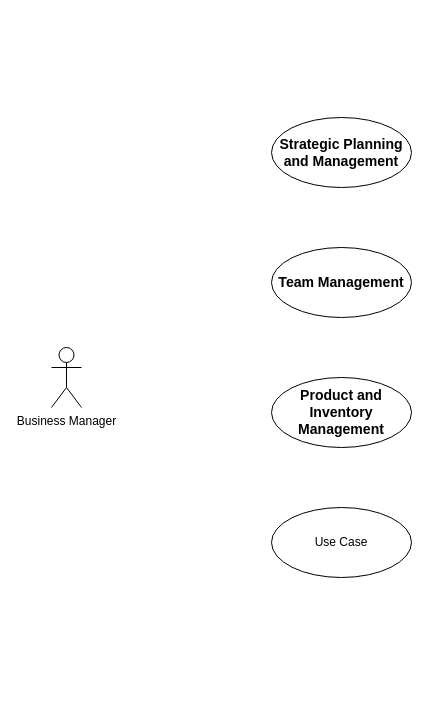
The draw.io diagram page "Page-1" (1 of 2) of src/Untitled Diagram.drawio in HadisehAhmadi/HW07, before the edit. Source tidied: cells renumbered, new cells numbered last; positions are measured from the earlier drawing's top-left corner, leaving out a move shared by most shapes. Both pictures are drawn from the tidied source at 100%, with x=0, y=0 at pixel (51, 117).
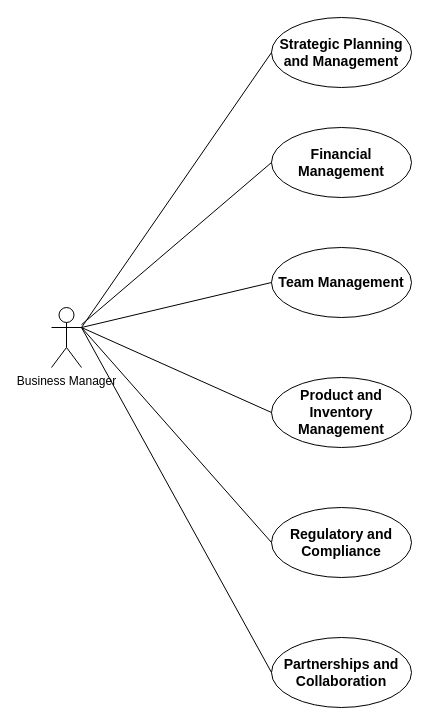
The same page after the edit.

The edit, as a diff of the source:
```diff
@@
 <mxGraphModel>
   <root>
     <mxCell id="0" />
     <mxCell id="1" parent="0" />
     <mxCell id="2" value="Business Manager" style="shape=umlActor;verticalLabelPosition=bottom;verticalAlign=top;html=1;" parent="1" vertex="1">
-      <mxGeometry y="230" width="30" height="60" as="geometry" />
+      <mxGeometry y="190" width="30" height="60" as="geometry" />
     </mxCell>
     <mxCell id="3" value="&lt;h3&gt;&lt;strong&gt;Strategic Planning and Management&lt;/strong&gt;&lt;/h3&gt;" style="ellipse;whiteSpace=wrap;html=1;" parent="1" vertex="1">
-      <mxGeometry x="220" width="140" height="70" as="geometry" />
+      <mxGeometry x="220" y="-100" width="140" height="70" as="geometry" />
     </mxCell>
     <mxCell id="4" value="&lt;h3&gt;&lt;strong&gt;Team Management&lt;/strong&gt;&lt;/h3&gt;" style="ellipse;whiteSpace=wrap;html=1;" parent="1" vertex="1">
       <mxGeometry x="220" y="130" width="140" height="70" as="geometry" />
     </mxCell>
     <mxCell id="5" value="&lt;h3&gt;&lt;strong&gt;Product and Inventory Management&lt;/strong&gt;&lt;/h3&gt;" style="ellipse;whiteSpace=wrap;html=1;" parent="1" vertex="1">
       <mxGeometry x="220" y="260" width="140" height="70" as="geometry" />
     </mxCell>
-    <mxCell id="6" value="Use Case" style="ellipse;whiteSpace=wrap;html=1;" parent="1" vertex="1">
+    <mxCell id="6" value="&lt;h3&gt;&lt;strong&gt;Regulatory and Compliance&lt;/strong&gt;&lt;/h3&gt;" style="ellipse;whiteSpace=wrap;html=1;" parent="1" vertex="1">
       <mxGeometry x="220" y="390" width="140" height="70" as="geometry" />
     </mxCell>
+    <mxCell id="7" value="&lt;h3&gt;&lt;strong&gt;Partnerships and Collaboration&lt;/strong&gt;&lt;/h3&gt;" style="ellipse;whiteSpace=wrap;html=1;" parent="1" vertex="1">
+      <mxGeometry x="220" y="520" width="140" height="70" as="geometry" />
+    </mxCell>
+    <mxCell id="8" value="&lt;h3&gt;&lt;strong&gt;Financial Management&lt;/strong&gt;&lt;/h3&gt;" style="ellipse;whiteSpace=wrap;html=1;" parent="1" vertex="1">
+      <mxGeometry x="220" y="10" width="140" height="70" as="geometry" />
+    </mxCell>
+    <mxCell id="9" style="endArrow=none;html=1;rounded=0;entryX=0;entryY=0.5;entryDx=0;entryDy=0;" parent="1" edge="1" source="2" target="8">
+      <mxGeometry relative="1" as="geometry" />
+    </mxCell>
+    <mxCell id="10" style="endArrow=none;html=1;rounded=0;exitX=1;exitY=0.3333333333333333;exitDx=0;exitDy=0;exitPerimeter=0;entryX=0;entryY=0.5;entryDx=0;entryDy=0;" parent="1" edge="1" source="2" target="3">
+      <mxGeometry relative="1" as="geometry" />
+    </mxCell>
+    <mxCell id="11" style="endArrow=none;html=1;rounded=0;exitX=1;exitY=0.3333333333333333;exitDx=0;exitDy=0;exitPerimeter=0;entryX=0;entryY=0.5;entryDx=0;entryDy=0;" parent="1" edge="1" source="2" target="4">
+      <mxGeometry relative="1" as="geometry" />
+    </mxCell>
+    <mxCell id="12" style="endArrow=none;html=1;rounded=0;entryX=1;entryY=0.3333333333333333;entryDx=0;entryDy=0;entryPerimeter=0;exitX=0;exitY=0.5;exitDx=0;exitDy=0;" parent="1" edge="1" source="5" target="2">
+      <mxGeometry relative="1" as="geometry" />
+    </mxCell>
+    <mxCell id="13" style="endArrow=none;html=1;rounded=0;exitX=0;exitY=0.5;exitDx=0;exitDy=0;" parent="1" edge="1" source="6">
+      <mxGeometry relative="1" as="geometry">
+        <mxPoint x="30" y="210" as="targetPoint" />
+      </mxGeometry>
+    </mxCell>
+    <mxCell id="14" style="endArrow=none;html=1;rounded=0;exitX=0;exitY=0.5;exitDx=0;exitDy=0;" parent="1" edge="1" source="7">
+      <mxGeometry relative="1" as="geometry">
+        <mxPoint x="30" y="210" as="targetPoint" />
+      </mxGeometry>
+    </mxCell>
   </root>
 </mxGraphModel>
```
